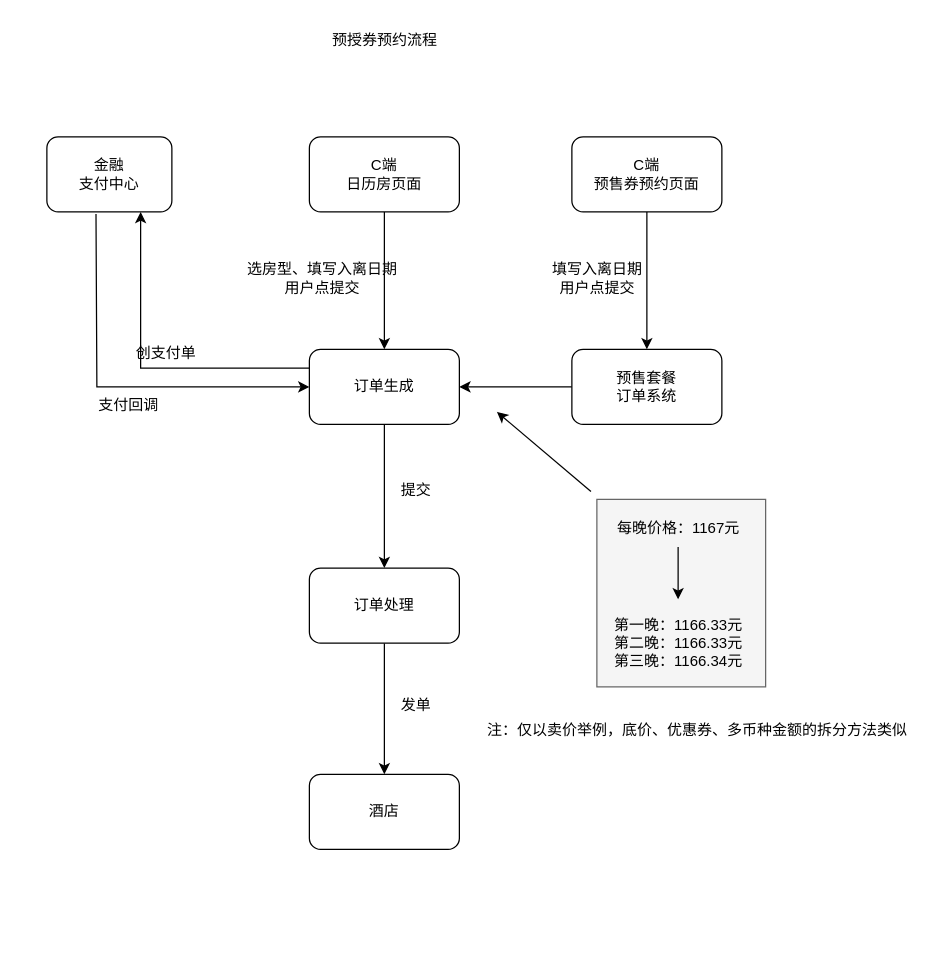
This is src/main/resources/预售券预约流程.drawio from umgsai/wx-backend, a draw.io file, before an edit. Source tidied: cells renumbered, new cells numbered last; positions are measured from the earlier drawing's top-left corner, leaving out a move shared by most shapes. Both pictures are drawn from the tidied source at 125%, with x=0, y=0 at pixel (46, 21).
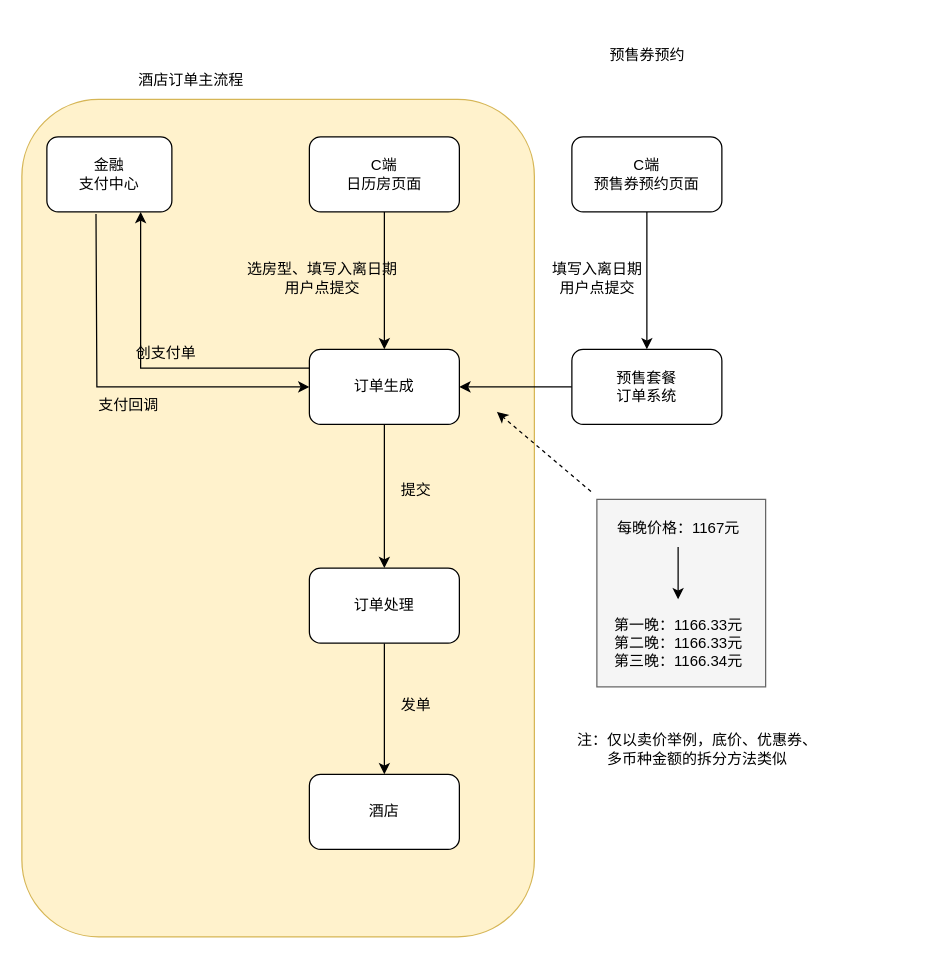
Above is the later version.

Commit message:
更新预售券预约流程.drawio

The change refers to these unchanged cells:
```xml
<mxCell id="23" style="rounded=0;whiteSpace=wrap;html=1;fillColor=#f5f5f5;fontColor=#333333;strokeColor=#666666;textOpacity=30;" parent="1" vertex="1">
  <mxGeometry x="440" y="382" width="135" height="150" as="geometry" />
</mxCell>
```

What changed in the source:
```diff
@@
+    <mxCell id="29" style="rounded=1;whiteSpace=wrap;html=1;fillColor=#fff2cc;strokeColor=#d6b656;" parent="1" vertex="1">
+      <mxGeometry x="-20" y="62" width="410" height="670" as="geometry" />
+    </mxCell>
@@
-    <mxCell id="22" value="预授券预约流程" style="text;html=1;align=center;verticalAlign=middle;strokeColor=none;fillColor=none;" parent="1" vertex="1">
-      <mxGeometry x="215" width="110" height="30" as="geometry" />
+    <mxCell id="22" value="预售券预约" style="text;html=1;align=center;verticalAlign=middle;strokeColor=none;fillColor=none;" parent="1" vertex="1">
+      <mxGeometry x="440" y="12" width="80" height="30" as="geometry" />
     </mxCell>
@@
-    <mxCell id="27" style="endArrow=classic;html=1;rounded=0;exitX=-0.035;exitY=-0.042;exitDx=0;exitDy=0;exitPerimeter=0;" parent="1" edge="1" source="23">
+    <mxCell id="27" style="endArrow=classic;html=1;rounded=0;exitX=-0.035;exitY=-0.042;exitDx=0;exitDy=0;exitPerimeter=0;dashed=1;" parent="1" edge="1" source="23">
       <mxGeometry relative="1" as="geometry">
         <mxPoint x="360" y="312" as="targetPoint" />
       </mxGeometry>
     </mxCell>
-    <mxCell id="28" value="注：仅以卖价举例，底价、优惠券、多币种金额的拆分方法类似" style="text;html=1;align=center;verticalAlign=middle;strokeColor=none;fillColor=none;" parent="1" vertex="1">
-      <mxGeometry x="340" y="552" width="360" height="30" as="geometry" />
+    <mxCell id="28" value="注：仅以卖价举例，底价、优惠券、&lt;div&gt;多币种金额的拆分方法类似&lt;/div&gt;" style="text;html=1;align=center;verticalAlign=middle;strokeColor=none;fillColor=none;" parent="1" vertex="1">
+      <mxGeometry x="410" y="562" width="220" height="40" as="geometry" />
     </mxCell>
+    <mxCell id="30" value="酒店订单主流程" style="text;html=1;align=center;verticalAlign=middle;strokeColor=none;fillColor=none;" parent="1" vertex="1">
+      <mxGeometry x="60" y="32" width="110" height="30" as="geometry" />
+    </mxCell>
```
